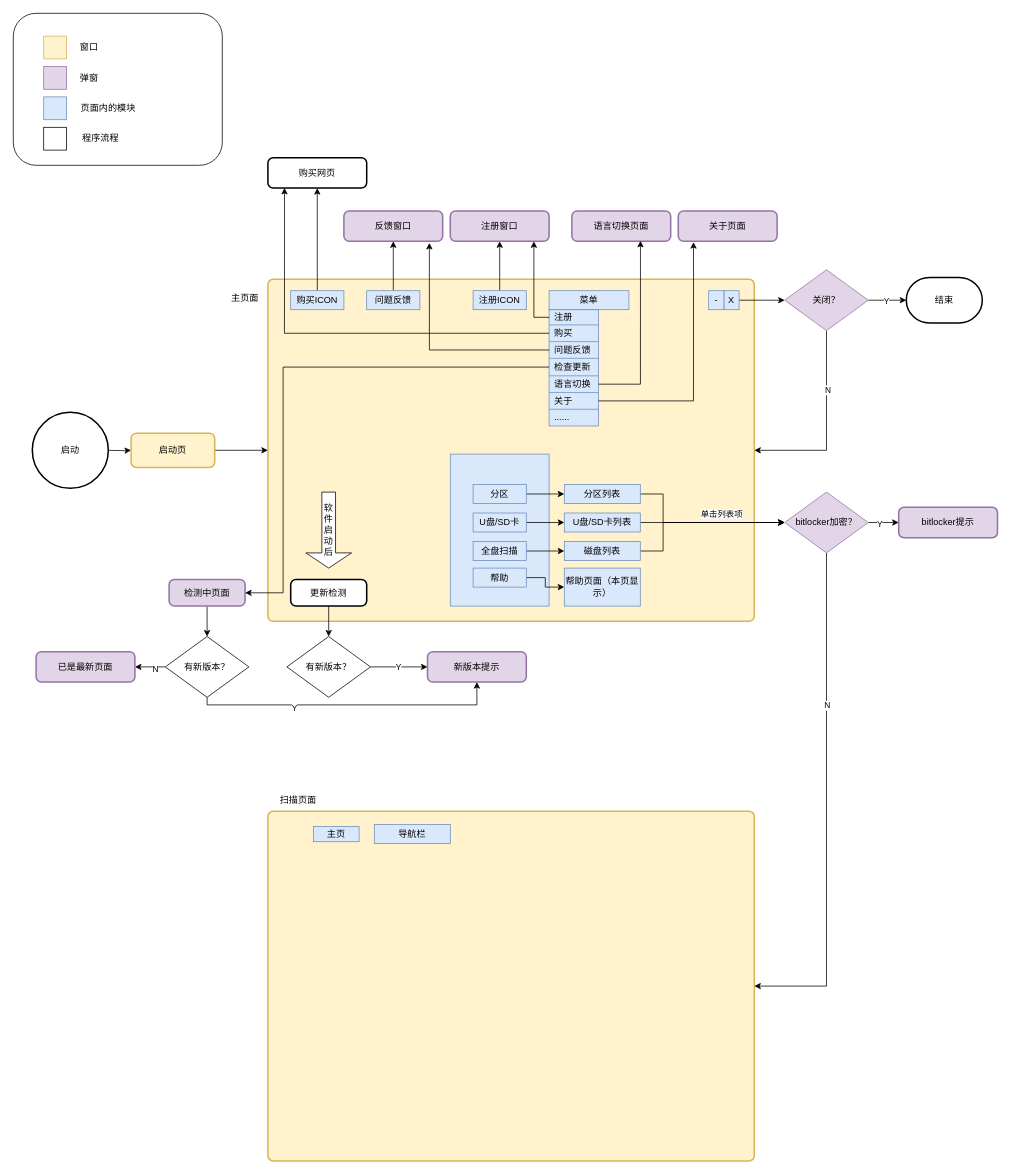
This is 未命名绘图.drawio from mezstd/afro, a draw.io file, before an edit. Source tidied: cells renumbered, new cells numbered last; positions are measured from the earlier drawing's top-left corner, leaving out a move shared by most shapes. Both pictures are drawn from the tidied source at 76%, with x=0, y=0 at pixel (13, 13).
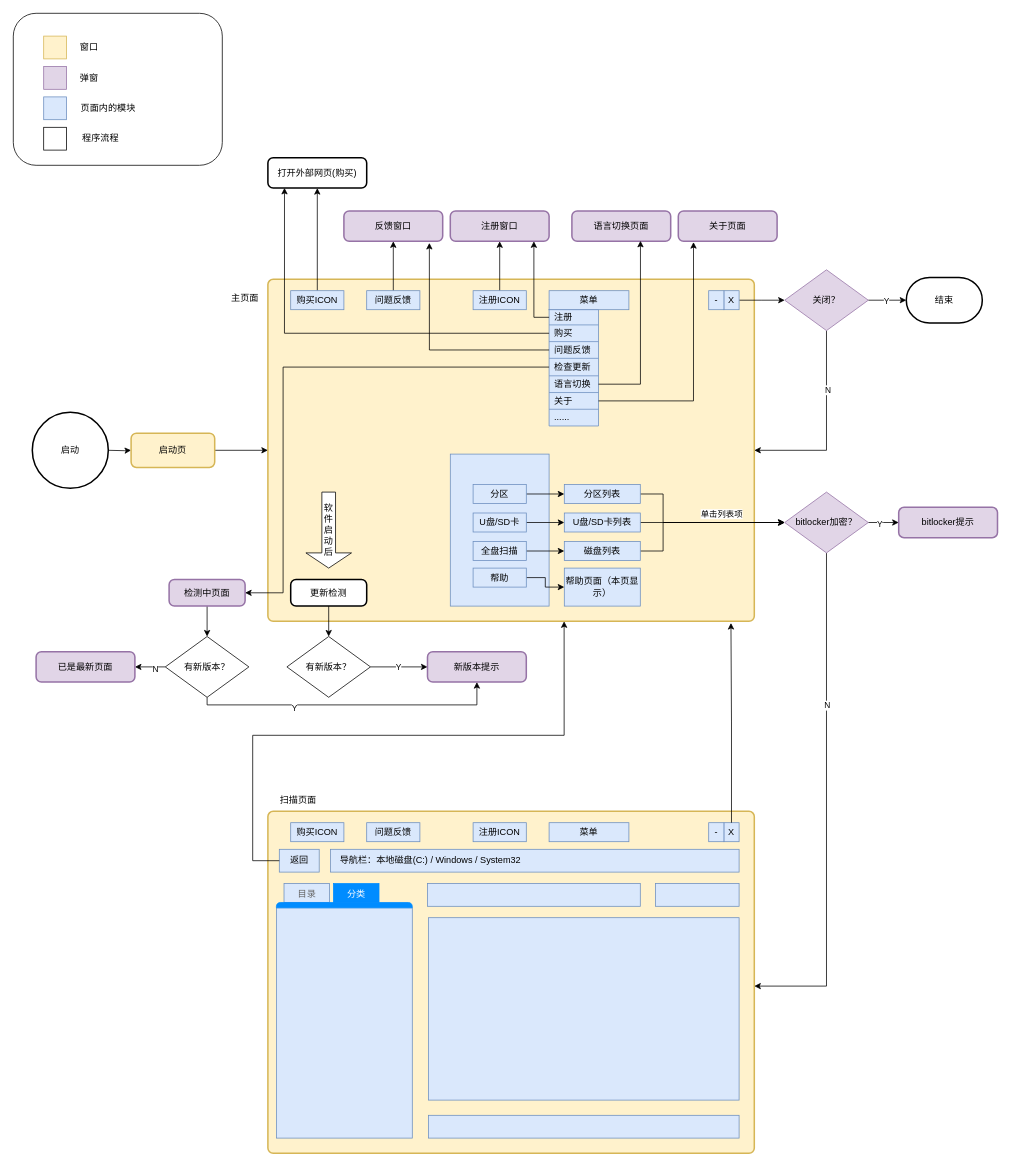
Above is the later version.

Commit message (it also covers changes not shown here):
更新未命名绘图.drawio

The change refers to these unchanged cells:
```xml
<mxCell id="3" style="rounded=1;whiteSpace=wrap;html=1;absoluteArcSize=1;arcSize=14;strokeWidth=2;fillColor=#fff2cc;strokeColor=#d6b656;" parent="1" vertex="1">
  <mxGeometry x="335" y="350" width="640" height="450" as="geometry" />
</mxCell>
<mxCell id="34" value="bitlocker加密？" style="rhombus;whiteSpace=wrap;html=1;fillColor=#e1d5e7;strokeColor=#9673a6;" parent="1" vertex="1">
  <mxGeometry x="1015" y="630" width="110" height="80" as="geometry" />
</mxCell>
```

Diff of the diagram source:
```diff
@@
-    <mxCell id="27" style="rounded=1;whiteSpace=wrap;html=1;absoluteArcSize=1;arcSize=14;strokeWidth=2;fillColor=#fff2cc;strokeColor=#d6b656;" parent="1" vertex="1">
-      <mxGeometry x="335" y="1050" width="640" height="460" as="geometry" />
-    </mxCell>
-    <mxCell id="28" value="主页" style="rounded=0;whiteSpace=wrap;html=1;fillColor=#dae8fc;strokeColor=#6c8ebf;" parent="1" vertex="1">
-      <mxGeometry x="395" y="1070" width="60" height="20" as="geometry" />
-    </mxCell>
-    <mxCell id="29" value="导航栏" style="rounded=0;whiteSpace=wrap;html=1;fillColor=#dae8fc;strokeColor=#6c8ebf;" parent="1" vertex="1">
-      <mxGeometry x="475" y="1067.5" width="100" height="25" as="geometry" />
-    </mxCell>
@@
-    <mxCell id="32" style="edgeStyle=orthogonalEdgeStyle;rounded=0;jettySize=auto;html=1;entryX=1;entryY=0.5;entryDx=0;entryDy=0;" parent="1" edge="1" source="34" target="27">
+    <mxCell id="32" style="edgeStyle=orthogonalEdgeStyle;rounded=0;jettySize=auto;html=1;entryX=1;entryY=0.5;entryDx=0;entryDy=0;" parent="1" edge="1" source="34">
       <mxGeometry relative="1" as="geometry">
+        <mxPoint x="975" y="1280" as="targetPoint" />
         <Array as="points">
           <mxPoint x="1070" y="1280" />
         </Array>
       </mxGeometry>
     </mxCell>
@@
-    <mxCell id="83" value="购买网页" style="rounded=1;whiteSpace=wrap;html=1;absoluteArcSize=1;arcSize=14;strokeWidth=2;" parent="1" vertex="1">
+    <mxCell id="83" value="打开外部网页(购买)" style="rounded=1;whiteSpace=wrap;html=1;absoluteArcSize=1;arcSize=14;strokeWidth=2;" parent="1" vertex="1">
       <mxGeometry x="335" y="190" width="130" height="40" as="geometry" />
     </mxCell>
@@
+    <mxCell id="101" style="rounded=1;whiteSpace=wrap;html=1;absoluteArcSize=1;arcSize=14;strokeWidth=2;fillColor=#fff2cc;strokeColor=#d6b656;" parent="1" vertex="1">
+      <mxGeometry x="335" y="1050" width="640" height="450" as="geometry" />
+    </mxCell>
+    <mxCell id="102" value="X" style="rounded=0;whiteSpace=wrap;html=1;fillColor=#dae8fc;strokeColor=#6c8ebf;" parent="1" vertex="1">
+      <mxGeometry x="935" y="1065" width="20" height="25" as="geometry" />
+    </mxCell>
+    <mxCell id="103" value="注册ICON" style="rounded=0;whiteSpace=wrap;html=1;fillColor=#dae8fc;strokeColor=#6c8ebf;" parent="1" vertex="1">
+      <mxGeometry x="605" y="1065" width="70" height="25" as="geometry" />
+    </mxCell>
+    <mxCell id="104" value="菜单" style="rounded=0;whiteSpace=wrap;html=1;fillColor=#dae8fc;strokeColor=#6c8ebf;" parent="1" vertex="1">
+      <mxGeometry x="705" y="1065" width="105" height="25" as="geometry" />
+    </mxCell>
+    <mxCell id="105" value="购买ICON" style="rounded=0;whiteSpace=wrap;html=1;fillColor=#dae8fc;strokeColor=#6c8ebf;" parent="1" vertex="1">
+      <mxGeometry x="365" y="1065" width="70" height="25" as="geometry" />
+    </mxCell>
+    <mxCell id="106" value="问题反馈" style="rounded=0;whiteSpace=wrap;html=1;fillColor=#dae8fc;strokeColor=#6c8ebf;" parent="1" vertex="1">
+      <mxGeometry x="465" y="1065" width="70" height="25" as="geometry" />
+    </mxCell>
+    <mxCell id="107" value="-" style="rounded=0;whiteSpace=wrap;html=1;fillColor=#dae8fc;strokeColor=#6c8ebf;" parent="1" vertex="1">
+      <mxGeometry x="915" y="1065" width="20" height="25" as="geometry" />
+    </mxCell>
+    <mxCell id="108" value="返回" style="rounded=0;whiteSpace=wrap;html=1;fillColor=#dae8fc;strokeColor=#6c8ebf;" parent="1" vertex="1">
+      <mxGeometry x="350" y="1100" width="52.5" height="30" as="geometry" />
+    </mxCell>
+    <mxCell id="109" value="&amp;nbsp; &amp;nbsp;导航栏：本地磁盘(C:) / Windows / System32" style="rounded=0;whiteSpace=wrap;html=1;fillColor=#dae8fc;strokeColor=#6c8ebf;align=left;" parent="1" vertex="1">
+      <mxGeometry x="417.5" y="1100" width="537.5" height="30" as="geometry" />
+    </mxCell>
+    <mxCell id="110" style="rounded=0;whiteSpace=wrap;html=1;fillColor=#dae8fc;strokeColor=#6c8ebf;" parent="1" vertex="1">
+      <mxGeometry x="545" y="1145" width="280" height="30" as="geometry" />
+    </mxCell>
+    <mxCell id="111" style="rounded=0;whiteSpace=wrap;html=1;fillColor=#dae8fc;strokeColor=#6c8ebf;" parent="1" vertex="1">
+      <mxGeometry x="845" y="1145" width="110" height="30" as="geometry" />
+    </mxCell>
+    <mxCell id="112" style="rounded=0;whiteSpace=wrap;html=1;fillColor=#dae8fc;strokeColor=#6c8ebf;" parent="1" vertex="1">
+      <mxGeometry x="546.2" y="1190" width="408.8" height="240" as="geometry" />
+    </mxCell>
+    <mxCell id="113" style="rounded=0;whiteSpace=wrap;html=1;fillColor=#dae8fc;strokeColor=#6c8ebf;" parent="1" vertex="1">
+      <mxGeometry x="546.2" y="1450" width="408.8" height="30" as="geometry" />
+    </mxCell>
+    <mxCell id="114" style="edgeStyle=orthogonalEdgeStyle;rounded=0;jettySize=auto;html=1;entryX=0.952;entryY=1.005;entryDx=0;entryDy=0;entryPerimeter=0;" parent="1" edge="1" source="102" target="3">
+      <mxGeometry relative="1" as="geometry" />
+    </mxCell>
+    <mxCell id="115" style="edgeStyle=orthogonalEdgeStyle;rounded=0;jettySize=auto;html=1;entryX=0.609;entryY=1;entryDx=0;entryDy=0;entryPerimeter=0;" parent="1" edge="1" source="108" target="3">
+      <mxGeometry relative="1" as="geometry">
+        <Array as="points">
+          <mxPoint x="315" y="1115" />
+          <mxPoint x="315" y="950" />
+          <mxPoint x="725" y="950" />
+        </Array>
+      </mxGeometry>
+    </mxCell>
+    <mxCell id="116" style="strokeWidth=1;shadow=0;dashed=0;align=center;html=1;shape=mxgraph.mockup.containers.marginRect2;rectMarginTop=32;strokeColor=#6c8ebf;whiteSpace=wrap;fillColor=#dae8fc;" parent="1" vertex="1">
+      <mxGeometry x="346.2" y="1145" width="178.8" height="335" as="geometry" />
+    </mxCell>
+    <mxCell id="117" value="&lt;font style=&quot;font-size: 12px;&quot;&gt;目录&lt;/font&gt;" style="strokeColor=inherit;fillColor=inherit;gradientColor=inherit;strokeWidth=1;shadow=0;dashed=0;align=center;html=1;shape=mxgraph.mockup.containers.rrect;rSize=0;fontSize=17;fontColor=#666666;gradientColor=none;" parent="116" vertex="1">
+      <mxGeometry width="60" height="25" relative="1" as="geometry">
+        <mxPoint x="10" as="offset" />
+      </mxGeometry>
+    </mxCell>
+    <mxCell id="118" value="&lt;font style=&quot;font-size: 12px;&quot;&gt;分类&lt;/font&gt;" style="strokeWidth=1;shadow=0;dashed=0;align=center;html=1;shape=mxgraph.mockup.containers.rrect;rSize=0;fontSize=17;fontColor=#ffffff;strokeColor=#008cff;fillColor=#008cff;" parent="116" vertex="1">
+      <mxGeometry width="60" height="25" relative="1" as="geometry">
+        <mxPoint x="75" as="offset" />
+      </mxGeometry>
+    </mxCell>
+    <mxCell id="119" style="strokeWidth=1;shadow=0;dashed=0;align=center;html=1;shape=mxgraph.mockup.containers.topButton;rSize=5;strokeColor=#008cff;fillColor=#008cff;gradientColor=none;" parent="116" vertex="1">
+      <mxGeometry width="178.75" height="7" relative="1" as="geometry">
+        <mxPoint y="25" as="offset" />
+      </mxGeometry>
+    </mxCell>
```
